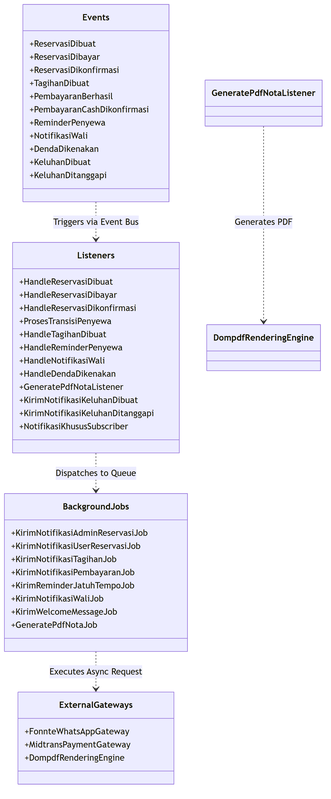
rafifarsyapradiva/asri-boarding-house keeps this Mermaid diagram as Blueprint/class/class_relasi_event_queue_pipeline.png. Above is the earlier version. Its source is kept beside it as Blueprint/class/class_relasi_event_queue_pipeline.mmd.
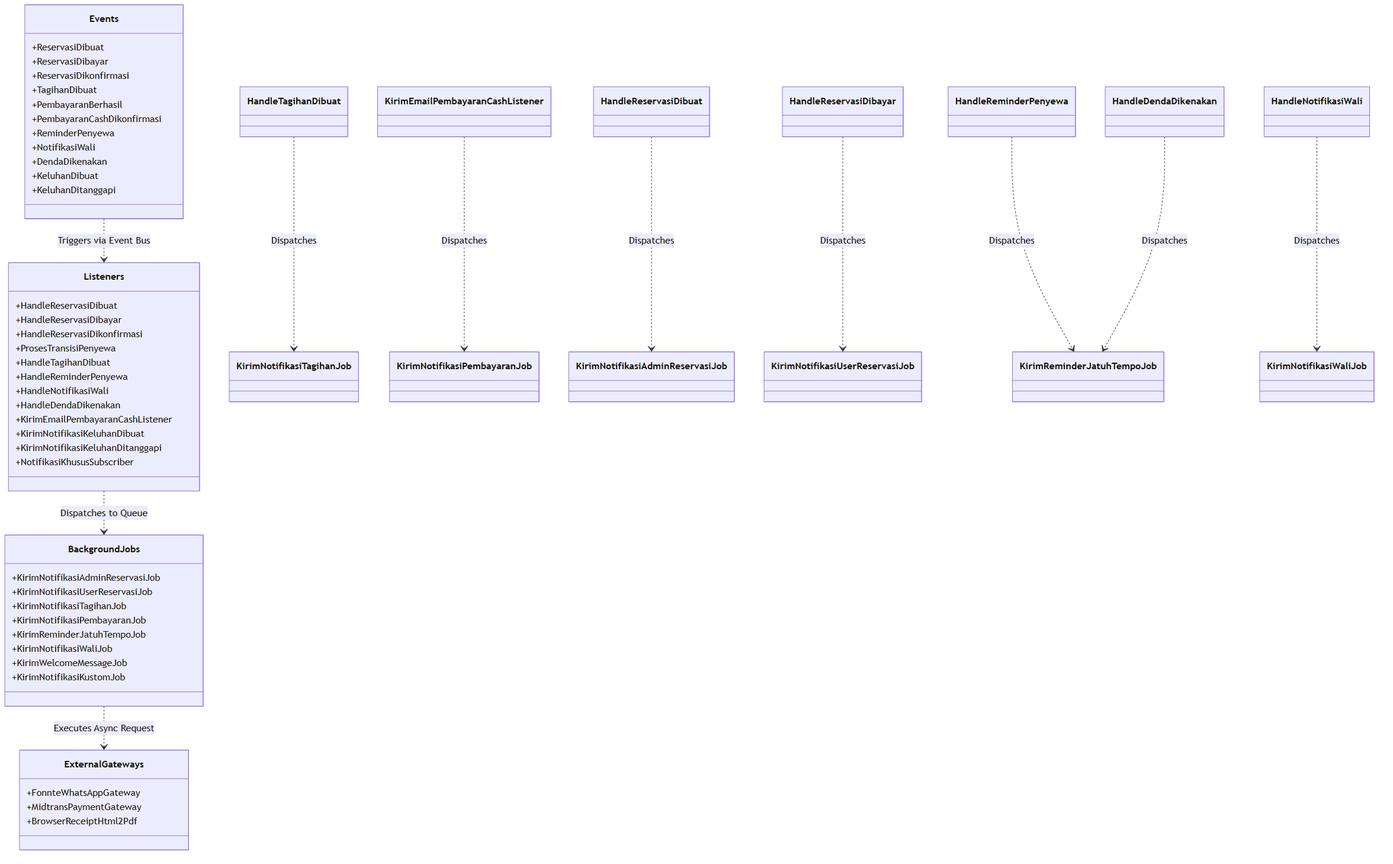
The same diagram one commit later.

Change to the diagram source:
```diff
@@ -24,7 +24,7 @@
         +HandleReminderPenyewa
         +HandleNotifikasiWali
         +HandleDendaDikenakan
-        +GeneratePdfNotaListener
+        +KirimEmailPembayaranCashListener
         +KirimNotifikasiKeluhanDibuat
         +KirimNotifikasiKeluhanDitanggapi
         +NotifikasiKhususSubscriber
@@ -38,16 +38,22 @@
         +KirimReminderJatuhTempoJob
         +KirimNotifikasiWaliJob
         +KirimWelcomeMessageJob
-        +GeneratePdfNotaJob
+        +KirimNotifikasiKustomJob
     }
 
     class ExternalGateways {
         +FonnteWhatsAppGateway
         +MidtransPaymentGateway
-        +DompdfRenderingEngine
+        +BrowserReceiptHtml2Pdf
     }
 
     Events ..> Listeners : Triggers via Event Bus
     Listeners ..> BackgroundJobs : Dispatches to Queue
     BackgroundJobs ..> ExternalGateways : Executes Async Request
-    GeneratePdfNotaListener ..> DompdfRenderingEngine : Generates PDF
+    HandleTagihanDibuat ..> KirimNotifikasiTagihanJob : Dispatches
+    KirimEmailPembayaranCashListener ..> KirimNotifikasiPembayaranJob : Dispatches
+    HandleReservasiDibuat ..> KirimNotifikasiAdminReservasiJob : Dispatches
+    HandleReservasiDibayar ..> KirimNotifikasiUserReservasiJob : Dispatches
+    HandleReminderPenyewa ..> KirimReminderJatuhTempoJob : Dispatches
+    HandleNotifikasiWali ..> KirimNotifikasiWaliJob : Dispatches
+    HandleDendaDikenakan ..> KirimReminderJatuhTempoJob : Dispatches
```
